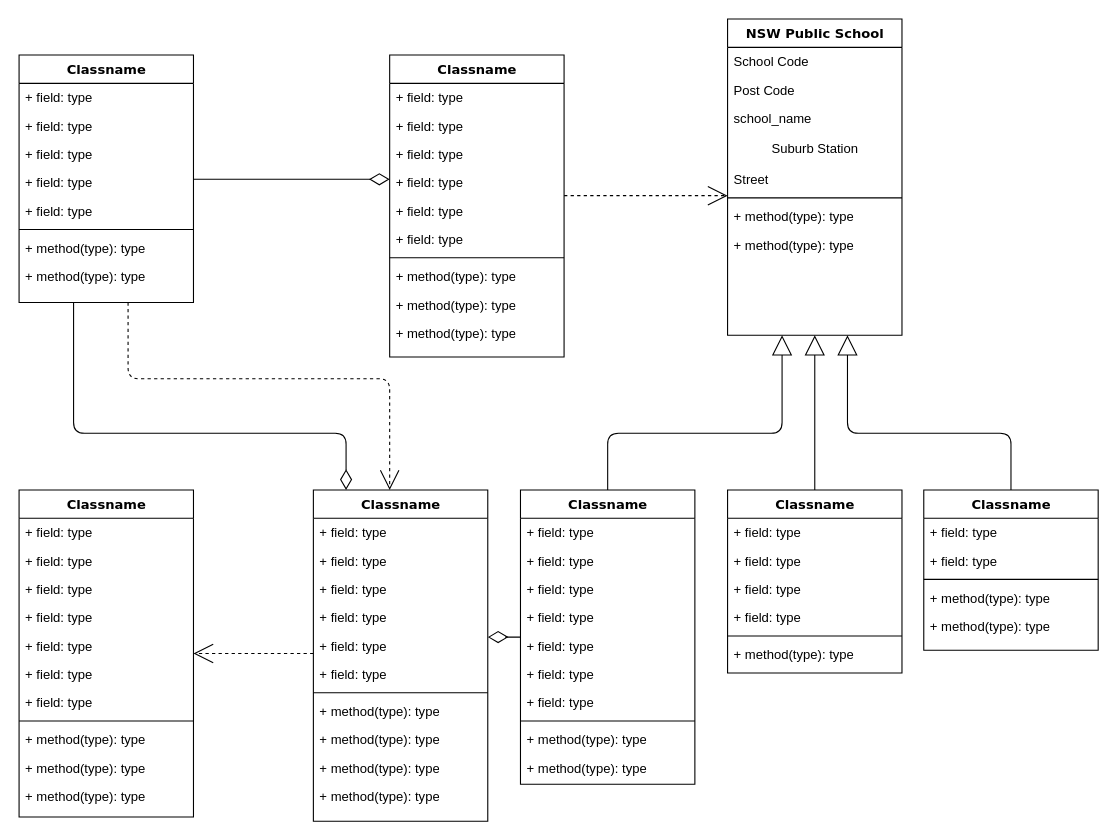
Earlier version of the draw.io diagram Untitled Diagram.drawio (slng09/industrial-connect-onboarding-task). Source tidied: cells renumbered, new cells numbered last; positions are measured from the earlier drawing's top-left corner, leaving out a move shared by most shapes. Both pictures are drawn from the tidied source at 109%, with x=0, y=0 at pixel (19, 19).
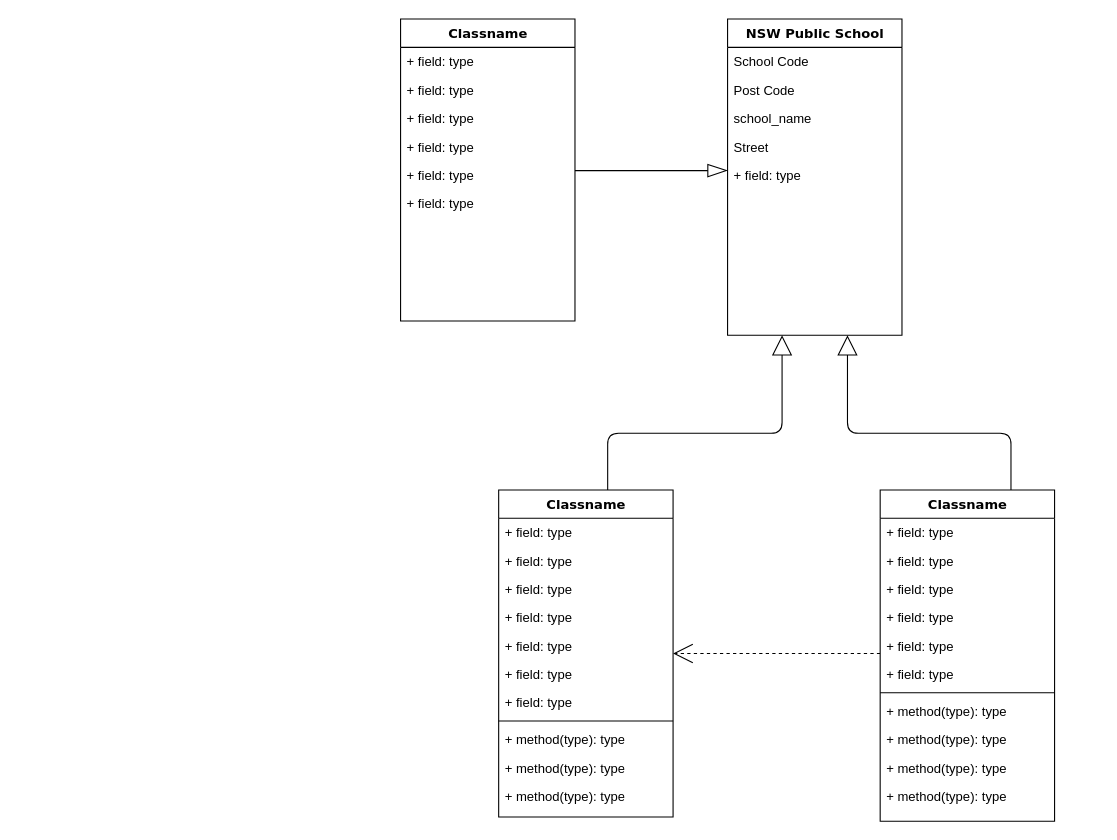
Above is the later version.

Unchanged cells that the change refers to:
```xml
<mxCell id="25" value="NSW Public School" style="swimlane;html=1;fontStyle=1;align=center;verticalAlign=top;horizontal=1;startSize=26;swimlaneFillColor=#ffffff;rounded=0;shadow=0;comic=0;labelBackgroundColor=none;strokeWidth=1;fillColor=none;fontFamily=Verdana;fontSize=12;" parent="1" vertex="1">
  <mxGeometry x="650" width="160" height="290" as="geometry" />
</mxCell>
```

Change to the diagram source:
```diff
@@
-    <mxCell id="2" style="edgeStyle=orthogonalEdgeStyle;html=1;labelBackgroundColor=none;startFill=0;startSize=8;endArrow=open;endFill=0;endSize=16;fontFamily=Verdana;fontSize=12;dashed=1;" parent="1" edge="1" source="4" target="48">
-      <mxGeometry relative="1" as="geometry">
-        <Array as="points">
-          <mxPoint x="100" y="330" />
-          <mxPoint x="340" y="330" />
-        </Array>
-      </mxGeometry>
-    </mxCell>
-    <mxCell id="3" style="edgeStyle=orthogonalEdgeStyle;html=1;labelBackgroundColor=none;startFill=0;startSize=8;endArrow=diamondThin;endFill=0;endSize=16;fontFamily=Verdana;fontSize=12;" parent="1" edge="1" source="4" target="48">
-      <mxGeometry relative="1" as="geometry">
-        <Array as="points">
-          <mxPoint x="50" y="380" />
-          <mxPoint x="300" y="380" />
-        </Array>
-      </mxGeometry>
-    </mxCell>
-    <mxCell id="4" value="Classname" style="swimlane;html=1;fontStyle=1;align=center;verticalAlign=top;horizontal=1;startSize=26;swimlaneFillColor=#ffffff;rounded=0;shadow=0;comic=0;labelBackgroundColor=none;strokeWidth=1;fillColor=none;fontFamily=Verdana;fontSize=12;" parent="1" vertex="1">
-      <mxGeometry y="33" width="160" height="227" as="geometry" />
-    </mxCell>
-    <mxCell id="5" value="+ field: type" style="text;html=1;strokeColor=none;fillColor=none;align=left;verticalAlign=top;spacingLeft=4;spacingRight=4;whiteSpace=wrap;overflow=hidden;" parent="4" vertex="1">
-      <mxGeometry y="26" width="160" height="26" as="geometry" />
-    </mxCell>
-    <mxCell id="6" value="+ field: type" style="text;html=1;strokeColor=none;fillColor=none;align=left;verticalAlign=top;spacingLeft=4;spacingRight=4;whiteSpace=wrap;overflow=hidden;" parent="4" vertex="1">
-      <mxGeometry y="52" width="160" height="26" as="geometry" />
-    </mxCell>
-    <mxCell id="7" value="+ field: type" style="text;html=1;strokeColor=none;fillColor=none;align=left;verticalAlign=top;spacingLeft=4;spacingRight=4;whiteSpace=wrap;overflow=hidden;" parent="4" vertex="1">
-      <mxGeometry y="78" width="160" height="26" as="geometry" />
-    </mxCell>
-    <mxCell id="8" value="+ field: type" style="text;html=1;strokeColor=none;fillColor=none;align=left;verticalAlign=top;spacingLeft=4;spacingRight=4;whiteSpace=wrap;overflow=hidden;" parent="4" vertex="1">
-      <mxGeometry y="104" width="160" height="26" as="geometry" />
-    </mxCell>
-    <mxCell id="9" value="+ field: type" style="text;html=1;strokeColor=none;fillColor=none;align=left;verticalAlign=top;spacingLeft=4;spacingRight=4;whiteSpace=wrap;overflow=hidden;" parent="4" vertex="1">
-      <mxGeometry y="130" width="160" height="26" as="geometry" />
-    </mxCell>
-    <mxCell id="10" style="line;html=1;strokeWidth=1;fillColor=none;align=left;verticalAlign=middle;spacingTop=-1;spacingLeft=3;spacingRight=3;labelPosition=right;" parent="4" vertex="1">
-      <mxGeometry y="156" width="160" height="8" as="geometry" />
-    </mxCell>
-    <mxCell id="11" value="+ method(type): type" style="text;html=1;strokeColor=none;fillColor=none;align=left;verticalAlign=top;spacingLeft=4;spacingRight=4;whiteSpace=wrap;overflow=hidden;" parent="4" vertex="1">
-      <mxGeometry y="164" width="160" height="26" as="geometry" />
-    </mxCell>
-    <mxCell id="12" value="+ method(type): type" style="text;html=1;strokeColor=none;fillColor=none;align=left;verticalAlign=top;spacingLeft=4;spacingRight=4;whiteSpace=wrap;overflow=hidden;" parent="4" vertex="1">
-      <mxGeometry y="190" width="160" height="26" as="geometry" />
-    </mxCell>
-    <mxCell id="13" style="edgeStyle=elbowEdgeStyle;html=1;labelBackgroundColor=none;startFill=0;startSize=8;endArrow=open;endFill=0;endSize=16;fontFamily=Verdana;fontSize=12;elbow=vertical;dashed=1;" parent="1" edge="1" source="14" target="25">
+    <mxCell id="13" style="edgeStyle=elbowEdgeStyle;html=1;labelBackgroundColor=none;startFill=0;startSize=8;endArrow=blockThin;endFill=0;endSize=16;fontFamily=Verdana;fontSize=12;elbow=vertical;" parent="1" edge="1" source="14" target="25">
       <mxGeometry relative="1" as="geometry" />
     </mxCell>
     <mxCell id="14" value="Classname" style="swimlane;html=1;fontStyle=1;align=center;verticalAlign=top;horizontal=1;startSize=26;swimlaneFillColor=#ffffff;rounded=0;shadow=0;comic=0;labelBackgroundColor=none;strokeWidth=1;fillColor=none;fontFamily=Verdana;fontSize=12;" parent="1" vertex="1">
-      <mxGeometry x="340" y="33" width="160" height="277" as="geometry" />
+      <mxGeometry x="350" width="160" height="277" as="geometry" />
     </mxCell>
@@
-    <mxCell id="21" style="line;html=1;strokeWidth=1;fillColor=none;align=left;verticalAlign=middle;spacingTop=-1;spacingLeft=3;spacingRight=3;labelPosition=right;" parent="14" vertex="1">
-      <mxGeometry y="182" width="160" height="8" as="geometry" />
-    </mxCell>
-    <mxCell id="22" value="+ method(type): type" style="text;html=1;strokeColor=none;fillColor=none;align=left;verticalAlign=top;spacingLeft=4;spacingRight=4;whiteSpace=wrap;overflow=hidden;" parent="14" vertex="1">
-      <mxGeometry y="190" width="160" height="26" as="geometry" />
-    </mxCell>
-    <mxCell id="23" value="+ method(type): type" style="text;html=1;strokeColor=none;fillColor=none;align=left;verticalAlign=top;spacingLeft=4;spacingRight=4;whiteSpace=wrap;overflow=hidden;" parent="14" vertex="1">
-      <mxGeometry y="216" width="160" height="26" as="geometry" />
-    </mxCell>
-    <mxCell id="24" value="+ method(type): type" style="text;html=1;strokeColor=none;fillColor=none;align=left;verticalAlign=top;spacingLeft=4;spacingRight=4;whiteSpace=wrap;overflow=hidden;" parent="14" vertex="1">
-      <mxGeometry y="242" width="160" height="26" as="geometry" />
-    </mxCell>
@@
-    <mxCell id="29" value="Suburb Station" style="text;html=1;align=center;verticalAlign=middle;fillColor=none;strokeColor=none;rounded=0;" parent="25" vertex="1">
-      <mxGeometry y="104" width="160" height="30" as="geometry" />
-    </mxCell>
     <mxCell id="30" value="Street" style="text;html=1;strokeColor=none;fillColor=none;align=left;verticalAlign=top;spacingLeft=4;spacingRight=4;whiteSpace=wrap;overflow=hidden;" parent="25" vertex="1">
-      <mxGeometry y="134" width="160" height="26" as="geometry" />
+      <mxGeometry y="104" width="160" height="26" as="geometry" />
     </mxCell>
-    <mxCell id="31" style="line;html=1;strokeWidth=1;fillColor=none;align=left;verticalAlign=middle;spacingTop=-1;spacingLeft=3;spacingRight=3;labelPosition=right;" parent="25" vertex="1">
-      <mxGeometry y="160" width="160" height="8" as="geometry" />
-    </mxCell>
-    <mxCell id="32" value="+ method(type): type" style="text;html=1;strokeColor=none;fillColor=none;align=left;verticalAlign=top;spacingLeft=4;spacingRight=4;whiteSpace=wrap;overflow=hidden;" parent="25" vertex="1">
-      <mxGeometry y="168" width="160" height="26" as="geometry" />
-    </mxCell>
-    <mxCell id="33" value="+ method(type): type" style="text;html=1;strokeColor=none;fillColor=none;align=left;verticalAlign=top;spacingLeft=4;spacingRight=4;whiteSpace=wrap;overflow=hidden;" parent="25" vertex="1">
-      <mxGeometry y="194" width="160" height="26" as="geometry" />
-    </mxCell>
+    <mxCell id="88" value="+ field: type" style="text;html=1;strokeColor=none;fillColor=none;align=left;verticalAlign=top;spacingLeft=4;spacingRight=4;whiteSpace=wrap;overflow=hidden;" parent="25" vertex="1">
+      <mxGeometry y="130" width="160" height="26" as="geometry" />
+    </mxCell>
@@
     <mxCell id="35" value="Classname" style="swimlane;html=1;fontStyle=1;align=center;verticalAlign=top;horizontal=1;startSize=26;swimlaneFillColor=#ffffff;rounded=0;shadow=0;comic=0;labelBackgroundColor=none;strokeWidth=1;fillColor=none;fontFamily=Verdana;fontSize=12;" parent="1" vertex="1">
-      <mxGeometry y="432" width="160" height="300" as="geometry" />
+      <mxGeometry x="440" y="432" width="160" height="300" as="geometry" />
     </mxCell>
@@
-    <mxCell id="47" style="edgeStyle=elbowEdgeStyle;html=1;labelBackgroundColor=none;startFill=0;startSize=8;endArrow=diamondThin;endFill=0;endSize=16;fontFamily=Verdana;fontSize=12;elbow=vertical;" parent="1" edge="1" source="61" target="48">
-      <mxGeometry relative="1" as="geometry" />
-    </mxCell>
     <mxCell id="48" value="Classname" style="swimlane;html=1;fontStyle=1;align=center;verticalAlign=top;horizontal=1;startSize=26;swimlaneFillColor=#ffffff;rounded=0;shadow=0;comic=0;labelBackgroundColor=none;strokeWidth=1;fillColor=none;fontFamily=Verdana;fontSize=12;" parent="1" vertex="1">
-      <mxGeometry x="270" y="432" width="160" height="304" as="geometry" />
+      <mxGeometry x="790" y="432" width="160" height="304" as="geometry" />
     </mxCell>
@@
-    <mxCell id="60" style="edgeStyle=orthogonalEdgeStyle;html=1;labelBackgroundColor=none;startFill=0;startSize=8;endArrow=block;endFill=0;endSize=16;fontFamily=Verdana;fontSize=12;" parent="1" edge="1" source="61" target="25">
+    <mxCell id="60" style="edgeStyle=orthogonalEdgeStyle;html=1;labelBackgroundColor=none;startFill=0;startSize=8;endArrow=block;endFill=0;endSize=16;fontFamily=Verdana;fontSize=12;" parent="1" edge="1" target="25">
       <mxGeometry relative="1" as="geometry">
+        <mxPoint x="540" y="432" as="sourcePoint" />
         <Array as="points">
           <mxPoint x="540" y="380" />
           <mxPoint x="700" y="380" />
         </Array>
       </mxGeometry>
     </mxCell>
-    <mxCell id="61" value="Classname" style="swimlane;html=1;fontStyle=1;align=center;verticalAlign=top;horizontal=1;startSize=26;swimlaneFillColor=#ffffff;rounded=0;shadow=0;comic=0;labelBackgroundColor=none;strokeWidth=1;fillColor=none;fontFamily=Verdana;fontSize=12;" parent="1" vertex="1">
-      <mxGeometry x="460" y="432" width="160" height="270" as="geometry" />
-    </mxCell>
-    <mxCell id="62" value="+ field: type" style="text;html=1;strokeColor=none;fillColor=none;align=left;verticalAlign=top;spacingLeft=4;spacingRight=4;whiteSpace=wrap;overflow=hidden;" parent="61" vertex="1">
-      <mxGeometry y="26" width="160" height="26" as="geometry" />
-    </mxCell>
-    <mxCell id="63" value="+ field: type" style="text;html=1;strokeColor=none;fillColor=none;align=left;verticalAlign=top;spacingLeft=4;spacingRight=4;whiteSpace=wrap;overflow=hidden;" parent="61" vertex="1">
-      <mxGeometry y="52" width="160" height="26" as="geometry" />
-    </mxCell>
-    <mxCell id="64" value="+ field: type" style="text;html=1;strokeColor=none;fillColor=none;align=left;verticalAlign=top;spacingLeft=4;spacingRight=4;whiteSpace=wrap;overflow=hidden;" parent="61" vertex="1">
-      <mxGeometry y="78" width="160" height="26" as="geometry" />
-    </mxCell>
-    <mxCell id="65" value="+ field: type" style="text;html=1;strokeColor=none;fillColor=none;align=left;verticalAlign=top;spacingLeft=4;spacingRight=4;whiteSpace=wrap;overflow=hidden;" parent="61" vertex="1">
-      <mxGeometry y="104" width="160" height="26" as="geometry" />
-    </mxCell>
-    <mxCell id="66" value="+ field: type" style="text;html=1;strokeColor=none;fillColor=none;align=left;verticalAlign=top;spacingLeft=4;spacingRight=4;whiteSpace=wrap;overflow=hidden;" parent="61" vertex="1">
-      <mxGeometry y="130" width="160" height="26" as="geometry" />
-    </mxCell>
-    <mxCell id="67" value="+ field: type" style="text;html=1;strokeColor=none;fillColor=none;align=left;verticalAlign=top;spacingLeft=4;spacingRight=4;whiteSpace=wrap;overflow=hidden;" parent="61" vertex="1">
-      <mxGeometry y="156" width="160" height="26" as="geometry" />
-    </mxCell>
-    <mxCell id="68" value="+ field: type" style="text;html=1;strokeColor=none;fillColor=none;align=left;verticalAlign=top;spacingLeft=4;spacingRight=4;whiteSpace=wrap;overflow=hidden;" parent="61" vertex="1">
-      <mxGeometry y="182" width="160" height="26" as="geometry" />
-    </mxCell>
-    <mxCell id="69" style="line;html=1;strokeWidth=1;fillColor=none;align=left;verticalAlign=middle;spacingTop=-1;spacingLeft=3;spacingRight=3;labelPosition=right;" parent="61" vertex="1">
-      <mxGeometry y="208" width="160" height="8" as="geometry" />
-    </mxCell>
-    <mxCell id="70" value="+ method(type): type" style="text;html=1;strokeColor=none;fillColor=none;align=left;verticalAlign=top;spacingLeft=4;spacingRight=4;whiteSpace=wrap;overflow=hidden;" parent="61" vertex="1">
-      <mxGeometry y="216" width="160" height="26" as="geometry" />
-    </mxCell>
-    <mxCell id="71" value="+ method(type): type" style="text;html=1;strokeColor=none;fillColor=none;align=left;verticalAlign=top;spacingLeft=4;spacingRight=4;whiteSpace=wrap;overflow=hidden;" parent="61" vertex="1">
-      <mxGeometry y="242" width="160" height="26" as="geometry" />
-    </mxCell>
-    <mxCell id="72" style="edgeStyle=orthogonalEdgeStyle;html=1;labelBackgroundColor=none;startFill=0;startSize=8;endArrow=block;endFill=0;endSize=16;fontFamily=Verdana;fontSize=12;" parent="1" edge="1" source="73" target="25">
-      <mxGeometry relative="1" as="geometry" />
-    </mxCell>
-    <mxCell id="73" value="Classname" style="swimlane;html=1;fontStyle=1;align=center;verticalAlign=top;horizontal=1;startSize=26;swimlaneFillColor=#ffffff;rounded=0;shadow=0;comic=0;labelBackgroundColor=none;strokeWidth=1;fillColor=none;fontFamily=Verdana;fontSize=12;" parent="1" vertex="1">
-      <mxGeometry x="650" y="432" width="160" height="168" as="geometry" />
-    </mxCell>
-    <mxCell id="74" value="+ field: type" style="text;html=1;strokeColor=none;fillColor=none;align=left;verticalAlign=top;spacingLeft=4;spacingRight=4;whiteSpace=wrap;overflow=hidden;" parent="73" vertex="1">
-      <mxGeometry y="26" width="160" height="26" as="geometry" />
-    </mxCell>
-    <mxCell id="75" value="+ field: type" style="text;html=1;strokeColor=none;fillColor=none;align=left;verticalAlign=top;spacingLeft=4;spacingRight=4;whiteSpace=wrap;overflow=hidden;" parent="73" vertex="1">
-      <mxGeometry y="52" width="160" height="26" as="geometry" />
-    </mxCell>
-    <mxCell id="76" value="+ field: type" style="text;html=1;strokeColor=none;fillColor=none;align=left;verticalAlign=top;spacingLeft=4;spacingRight=4;whiteSpace=wrap;overflow=hidden;" parent="73" vertex="1">
-      <mxGeometry y="78" width="160" height="26" as="geometry" />
-    </mxCell>
-    <mxCell id="77" value="+ field: type" style="text;html=1;strokeColor=none;fillColor=none;align=left;verticalAlign=top;spacingLeft=4;spacingRight=4;whiteSpace=wrap;overflow=hidden;" parent="73" vertex="1">
-      <mxGeometry y="104" width="160" height="26" as="geometry" />
-    </mxCell>
-    <mxCell id="78" style="line;html=1;strokeWidth=1;fillColor=none;align=left;verticalAlign=middle;spacingTop=-1;spacingLeft=3;spacingRight=3;labelPosition=right;" parent="73" vertex="1">
-      <mxGeometry y="130" width="160" height="8" as="geometry" />
-    </mxCell>
-    <mxCell id="79" value="+ method(type): type" style="text;html=1;strokeColor=none;fillColor=none;align=left;verticalAlign=top;spacingLeft=4;spacingRight=4;whiteSpace=wrap;overflow=hidden;" parent="73" vertex="1">
-      <mxGeometry y="138" width="160" height="26" as="geometry" />
-    </mxCell>
-    <mxCell id="80" style="edgeStyle=orthogonalEdgeStyle;html=1;labelBackgroundColor=none;startFill=0;startSize=8;endArrow=block;endFill=0;endSize=16;fontFamily=Verdana;fontSize=12;" parent="1" edge="1" source="81" target="25">
+    <mxCell id="80" style="edgeStyle=orthogonalEdgeStyle;html=1;labelBackgroundColor=none;startFill=0;startSize=8;endArrow=block;endFill=0;endSize=16;fontFamily=Verdana;fontSize=12;" parent="1" edge="1" target="25">
       <mxGeometry relative="1" as="geometry">
+        <mxPoint x="910" y="432" as="sourcePoint" />
         <Array as="points">
           <mxPoint x="910" y="380" />
           <mxPoint x="760" y="380" />
         </Array>
       </mxGeometry>
     </mxCell>
-    <mxCell id="81" value="Classname" style="swimlane;html=1;fontStyle=1;align=center;verticalAlign=top;horizontal=1;startSize=26;swimlaneFillColor=#ffffff;rounded=0;shadow=0;comic=0;labelBackgroundColor=none;strokeWidth=1;fillColor=none;fontFamily=Verdana;fontSize=12;" parent="1" vertex="1">
-      <mxGeometry x="830" y="432" width="160" height="147" as="geometry" />
-    </mxCell>
-    <mxCell id="82" value="+ field: type" style="text;html=1;strokeColor=none;fillColor=none;align=left;verticalAlign=top;spacingLeft=4;spacingRight=4;whiteSpace=wrap;overflow=hidden;" parent="81" vertex="1">
-      <mxGeometry y="26" width="160" height="26" as="geometry" />
-    </mxCell>
-    <mxCell id="83" value="+ field: type" style="text;html=1;strokeColor=none;fillColor=none;align=left;verticalAlign=top;spacingLeft=4;spacingRight=4;whiteSpace=wrap;overflow=hidden;" parent="81" vertex="1">
-      <mxGeometry y="52" width="160" height="26" as="geometry" />
-    </mxCell>
-    <mxCell id="84" style="line;html=1;strokeWidth=1;fillColor=none;align=left;verticalAlign=middle;spacingTop=-1;spacingLeft=3;spacingRight=3;labelPosition=right;" parent="81" vertex="1">
-      <mxGeometry y="78" width="160" height="8" as="geometry" />
-    </mxCell>
-    <mxCell id="85" value="+ method(type): type" style="text;html=1;strokeColor=none;fillColor=none;align=left;verticalAlign=top;spacingLeft=4;spacingRight=4;whiteSpace=wrap;overflow=hidden;" parent="81" vertex="1">
-      <mxGeometry y="86" width="160" height="26" as="geometry" />
-    </mxCell>
-    <mxCell id="86" value="+ method(type): type" style="text;html=1;strokeColor=none;fillColor=none;align=left;verticalAlign=top;spacingLeft=4;spacingRight=4;whiteSpace=wrap;overflow=hidden;" parent="81" vertex="1">
-      <mxGeometry y="112" width="160" height="26" as="geometry" />
-    </mxCell>
-    <mxCell id="87" style="edgeStyle=elbowEdgeStyle;html=1;labelBackgroundColor=none;startFill=0;startSize=8;endArrow=diamondThin;endFill=0;endSize=16;fontFamily=Verdana;fontSize=12;elbow=vertical;" parent="1" edge="1" source="4" target="14">
-      <mxGeometry relative="1" as="geometry" />
-    </mxCell>
```
